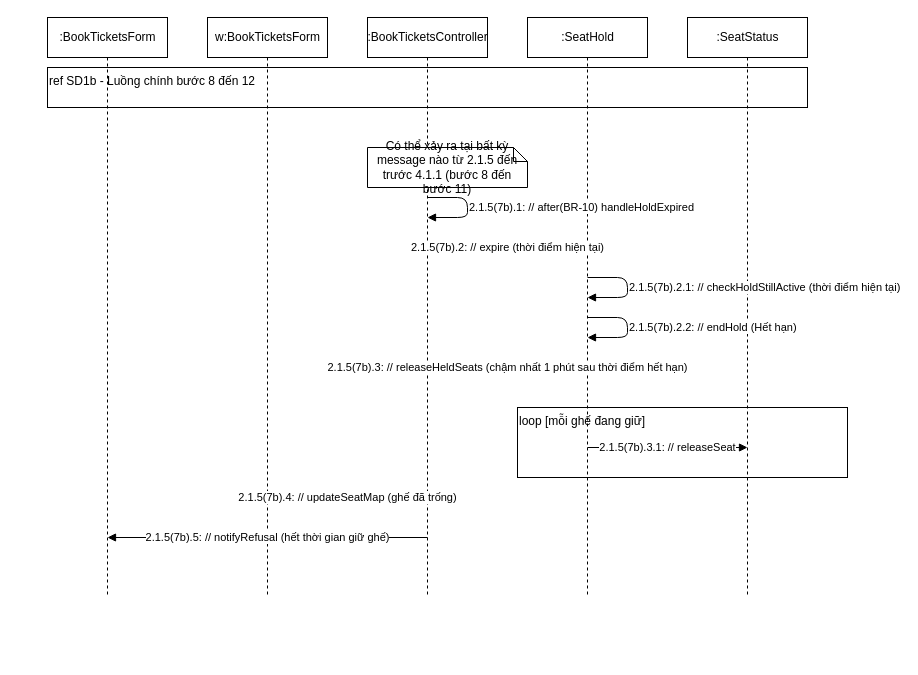
luytbq/app-dat-ve-xem-phim keeps this draw.io diagram as page "SD6 - Luồng 7b" (8 of 17) of design/diagrams/P07-sequence-UC-005.drawio. Above is the earlier version. Source tidied: cells renumbered, new cells numbered last; positions are measured from the earlier drawing's top-left corner, leaving out a move shared by most shapes. Both pictures are drawn from the tidied source at 100%, with x=0, y=0 at pixel (47, 17).
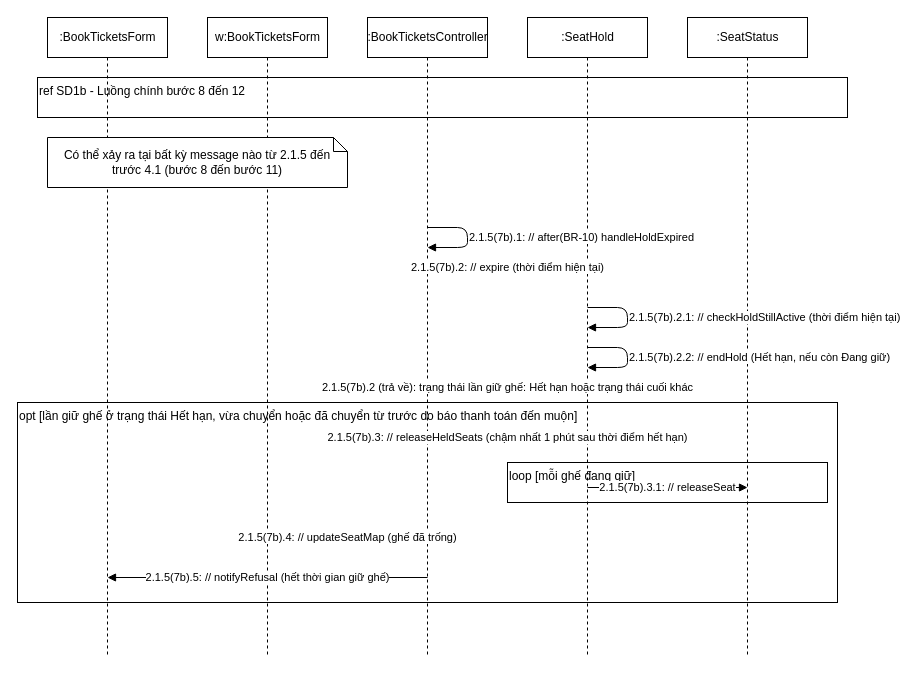
After the change.

Change to the diagram source:
```diff
@@
     <mxCell id="2" value=":BookTicketsForm" style="shape=umlLifeline;perimeter=lifelinePerimeter;html=1;" parent="1" vertex="1">
-      <mxGeometry width="120" height="580" as="geometry" />
+      <mxGeometry width="120" height="640" as="geometry" />
     </mxCell>
     <mxCell id="3" value="w:BookTicketsForm" style="shape=umlLifeline;perimeter=lifelinePerimeter;html=1;" parent="1" vertex="1">
-      <mxGeometry x="160" width="120" height="580" as="geometry" />
+      <mxGeometry x="160" width="120" height="640" as="geometry" />
     </mxCell>
     <mxCell id="4" value=":BookTicketsController" style="shape=umlLifeline;perimeter=lifelinePerimeter;html=1;" parent="1" vertex="1">
-      <mxGeometry x="320" width="120" height="580" as="geometry" />
+      <mxGeometry x="320" width="120" height="640" as="geometry" />
     </mxCell>
     <mxCell id="5" value=":SeatHold" style="shape=umlLifeline;perimeter=lifelinePerimeter;html=1;" parent="1" vertex="1">
-      <mxGeometry x="480" width="120" height="580" as="geometry" />
+      <mxGeometry x="480" width="120" height="640" as="geometry" />
     </mxCell>
     <mxCell id="6" value=":SeatStatus" style="shape=umlLifeline;perimeter=lifelinePerimeter;html=1;" parent="1" vertex="1">
-      <mxGeometry x="640" width="120" height="580" as="geometry" />
+      <mxGeometry x="640" width="120" height="640" as="geometry" />
     </mxCell>
     <mxCell id="7" value="loop [mỗi ghế đang giữ]" style="rounded=0;whiteSpace=wrap;html=1;fillColor=none;align=left;verticalAlign=top;" parent="1" vertex="1">
-      <mxGeometry x="470" y="390" width="330" height="70" as="geometry" />
+      <mxGeometry x="460" y="445" width="320" height="40" as="geometry" />
     </mxCell>
+    <mxCell id="18" value="opt [lần giữ ghế ở trạng thái Hết hạn, vừa chuyển hoặc đã chuyển từ trước do báo thanh toán đến muộn]" style="rounded=0;whiteSpace=wrap;html=1;fillColor=none;align=left;verticalAlign=top;" parent="1" vertex="1">
+      <mxGeometry x="-30" y="385" width="820" height="200" as="geometry" />
+    </mxCell>
     <mxCell id="8" value="ref SD1b - Luồng chính bước 8 đến 12" style="rounded=0;whiteSpace=wrap;html=1;fillColor=none;align=left;verticalAlign=top;" parent="1" vertex="1">
-      <mxGeometry y="50" width="760" height="40" as="geometry" />
+      <mxGeometry x="-10" y="60" width="810" height="40" as="geometry" />
     </mxCell>
-    <mxCell id="9" value="Có thể xảy ra tại bất kỳ message nào từ 2.1.5 đến trước 4.1.1 (bước 8 đến bước 11)" style="shape=note;whiteSpace=wrap;html=1;size=14;" parent="1" vertex="1">
-      <mxGeometry x="320" y="130" width="160" height="40" as="geometry" />
+    <mxCell id="9" value="Có thể xảy ra tại bất kỳ message nào từ 2.1.5 đến trước 4.1 (bước 8 đến bước 11)" style="shape=note;whiteSpace=wrap;html=1;size=14;" parent="1" vertex="1">
+      <mxGeometry y="120" width="300" height="50" as="geometry" />
     </mxCell>
     <mxCell id="10" value="2.1.5(7b).1: // after(BR-10) handleHoldExpired" style="endArrow=block;endFill=1;html=1;align=left;" parent="1" edge="1">
       <mxGeometry relative="1" as="geometry">
-        <mxPoint x="380" y="180" as="sourcePoint" />
-        <mxPoint x="380" y="200" as="targetPoint" />
+        <mxPoint x="380" y="210" as="sourcePoint" />
+        <mxPoint x="380" y="230" as="targetPoint" />
         <Array as="points">
-          <mxPoint x="420" y="180" />
-          <mxPoint x="420" y="200" />
+          <mxPoint x="420" y="210" />
+          <mxPoint x="420" y="230" />
         </Array>
       </mxGeometry>
     </mxCell>
     <mxCell id="11" value="2.1.5(7b).2: // expire (thời điểm hiện tại)" style="endArrow=block;endFill=1;html=1;" parent="1" edge="1">
       <mxGeometry relative="1" as="geometry">
-        <mxPoint x="380" y="230" as="sourcePoint" />
-        <mxPoint x="540" y="230" as="targetPoint" />
+        <mxPoint x="380" y="250" as="sourcePoint" />
+        <mxPoint x="540" y="250" as="targetPoint" />
       </mxGeometry>
     </mxCell>
     <mxCell id="12" value="2.1.5(7b).2.1: // checkHoldStillActive (thời điểm hiện tại)" style="endArrow=block;endFill=1;html=1;align=left;" parent="1" edge="1">
       <mxGeometry relative="1" as="geometry">
-        <mxPoint x="540" y="260" as="sourcePoint" />
-        <mxPoint x="540" y="280" as="targetPoint" />
+        <mxPoint x="540" y="290" as="sourcePoint" />
+        <mxPoint x="540" y="310" as="targetPoint" />
         <Array as="points">
-          <mxPoint x="580" y="260" />
-          <mxPoint x="580" y="280" />
+          <mxPoint x="580" y="290" />
+          <mxPoint x="580" y="310" />
         </Array>
       </mxGeometry>
     </mxCell>
-    <mxCell id="13" value="2.1.5(7b).2.2: // endHold (Hết hạn)" style="endArrow=block;endFill=1;html=1;align=left;" parent="1" edge="1">
+    <mxCell id="13" value="2.1.5(7b).2.2: // endHold (Hết hạn, nếu còn Đang giữ)" style="endArrow=block;endFill=1;html=1;align=left;" parent="1" edge="1">
       <mxGeometry relative="1" as="geometry">
-        <mxPoint x="540" y="300" as="sourcePoint" />
-        <mxPoint x="540" y="320" as="targetPoint" />
+        <mxPoint x="540" y="330" as="sourcePoint" />
+        <mxPoint x="540" y="350" as="targetPoint" />
         <Array as="points">
-          <mxPoint x="580" y="300" />
-          <mxPoint x="580" y="320" />
+          <mxPoint x="580" y="330" />
+          <mxPoint x="580" y="350" />
         </Array>
       </mxGeometry>
     </mxCell>
+    <mxCell id="19" value="2.1.5(7b).2 (trả về): trạng thái lần giữ ghế: Hết hạn hoặc trạng thái cuối khác" style="endArrow=open;dashed=1;html=1;" parent="1" edge="1">
+      <mxGeometry relative="1" as="geometry">
+        <mxPoint x="540" y="370" as="sourcePoint" />
+        <mxPoint x="380" y="370" as="targetPoint" />
+      </mxGeometry>
+    </mxCell>
     <mxCell id="14" value="2.1.5(7b).3: // releaseHeldSeats (chậm nhất 1 phút sau thời điểm hết hạn)" style="endArrow=block;endFill=1;html=1;" parent="1" edge="1">
       <mxGeometry relative="1" as="geometry">
-        <mxPoint x="380" y="350" as="sourcePoint" />
-        <mxPoint x="540" y="350" as="targetPoint" />
+        <mxPoint x="380" y="420" as="sourcePoint" />
+        <mxPoint x="540" y="420" as="targetPoint" />
       </mxGeometry>
     </mxCell>
     <mxCell id="15" value="2.1.5(7b).3.1: // releaseSeat" style="endArrow=block;endFill=1;html=1;" parent="1" edge="1">
       <mxGeometry relative="1" as="geometry">
-        <mxPoint x="540" y="430" as="sourcePoint" />
-        <mxPoint x="700" y="430" as="targetPoint" />
+        <mxPoint x="540" y="470" as="sourcePoint" />
+        <mxPoint x="700" y="470" as="targetPoint" />
       </mxGeometry>
     </mxCell>
     <mxCell id="16" value="2.1.5(7b).4: // updateSeatMap (ghế đã trống)" style="endArrow=block;endFill=1;html=1;" parent="1" edge="1">
       <mxGeometry relative="1" as="geometry">
-        <mxPoint x="380" y="480" as="sourcePoint" />
-        <mxPoint x="220" y="480" as="targetPoint" />
+        <mxPoint x="380" y="520" as="sourcePoint" />
+        <mxPoint x="220" y="520" as="targetPoint" />
       </mxGeometry>
     </mxCell>
     <mxCell id="17" value="2.1.5(7b).5: // notifyRefusal (hết thời gian giữ ghế)" style="endArrow=block;endFill=1;html=1;" parent="1" edge="1">
       <mxGeometry relative="1" as="geometry">
-        <mxPoint x="380" y="520" as="sourcePoint" />
-        <mxPoint x="60" y="520" as="targetPoint" />
+        <mxPoint x="380" y="560" as="sourcePoint" />
+        <mxPoint x="60" y="560" as="targetPoint" />
       </mxGeometry>
     </mxCell>
```
